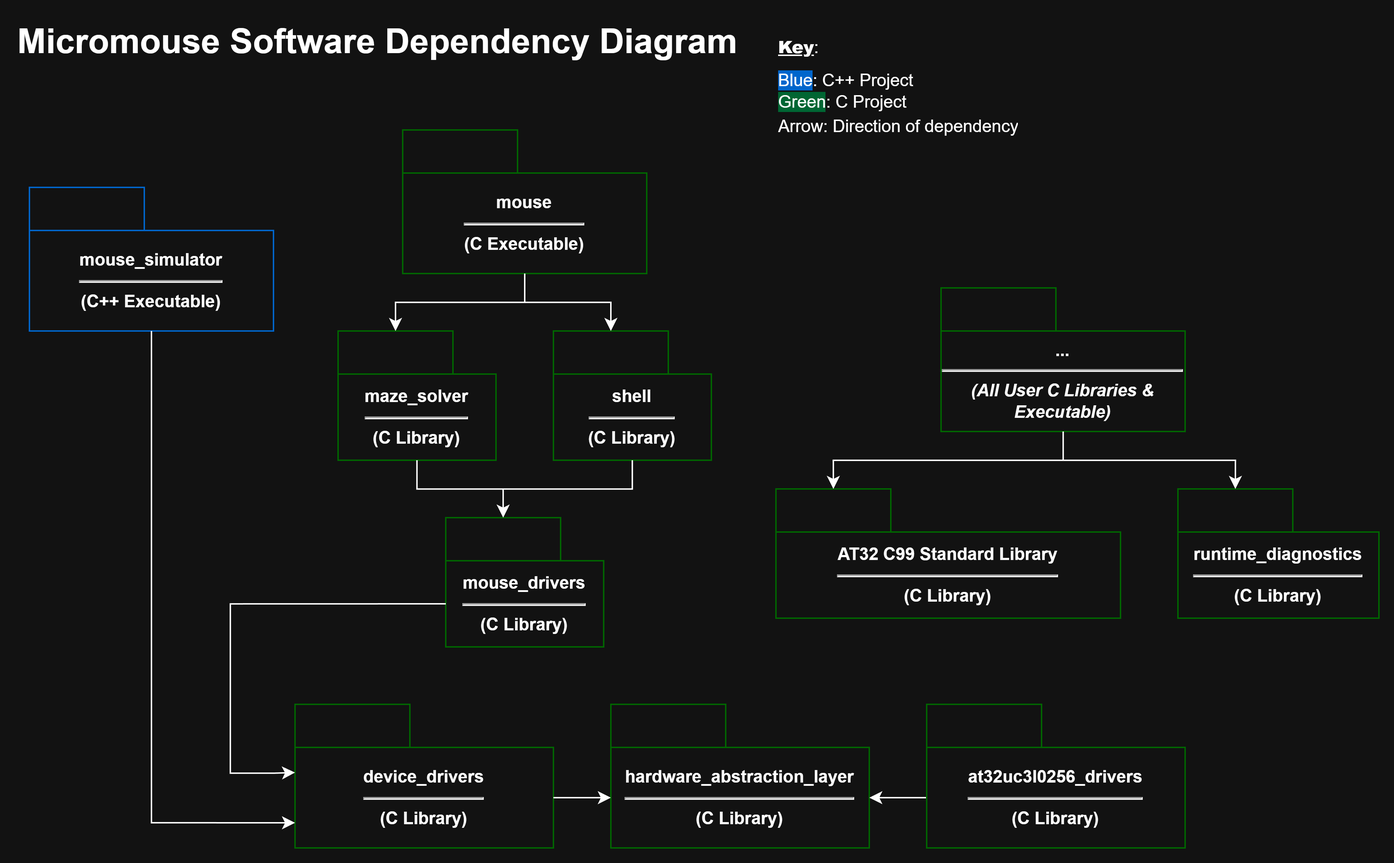
Mouse-Unit-07/sketches keeps this draw.io diagram as software-architecture/_images/software-architecture.drawio.png. Above is the earlier version. Source tidied: cells renumbered, new cells last; positions are measured from the earlier drawing's top-left corner, leaving out a move shared by most shapes.
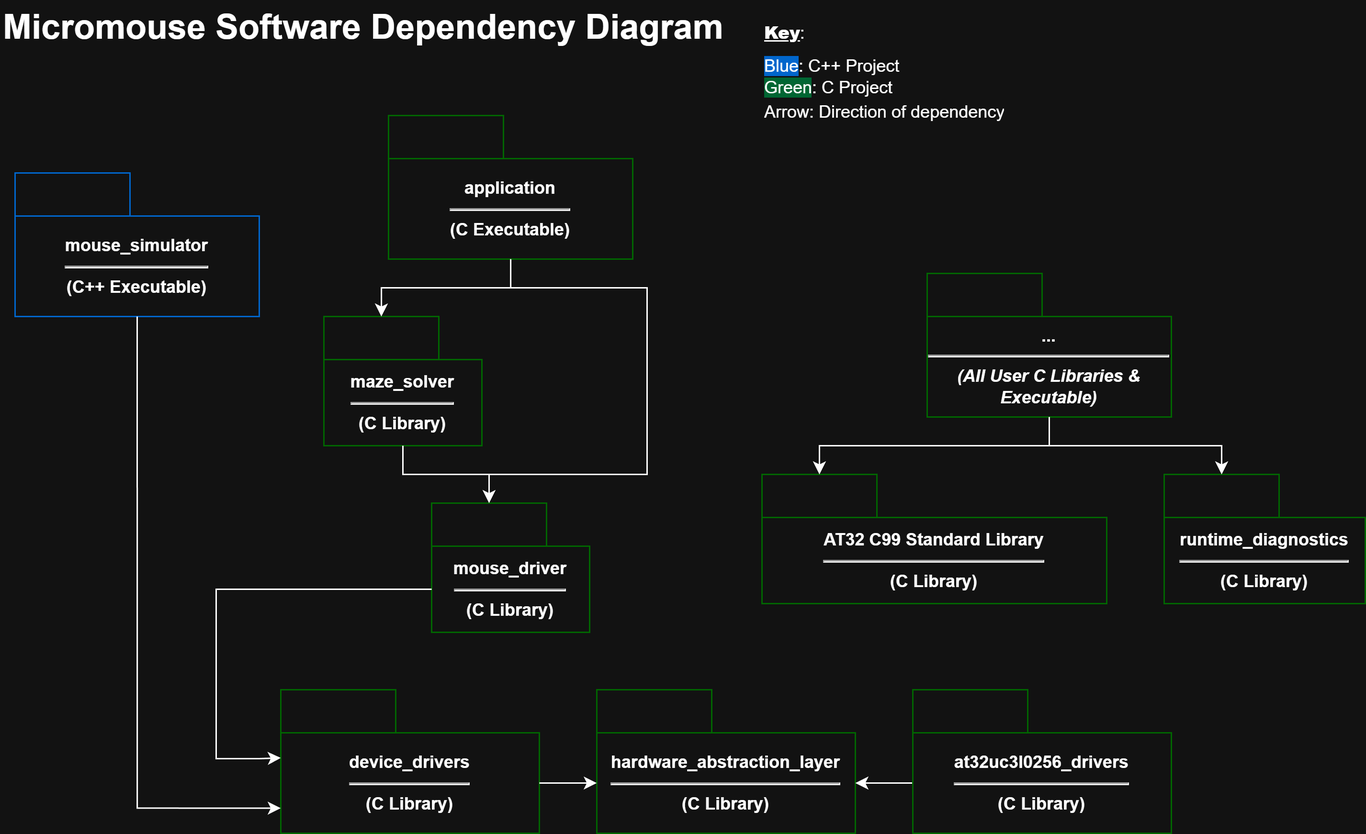
Later version of the same file.

What changed in the source:
```diff
@@ -8,16 +8,13 @@
     <mxCell id="3" value="&lt;div&gt;hardware_abstraction_layer&lt;/div&gt;&lt;div&gt;&lt;hr&gt;&lt;/div&gt;&lt;div&gt;(C Library)&lt;/div&gt;" style="shape=folder;fontStyle=1;tabWidth=80;tabHeight=30;tabPosition=left;html=1;boundedLbl=1;whiteSpace=wrap;strokeColor=#006600;" parent="1" vertex="1">
       <mxGeometry x="415" y="480" width="180" height="100" as="geometry" />
     </mxCell>
-    <mxCell id="4" value="&lt;div&gt;mouse_drivers&lt;/div&gt;&lt;div&gt;&lt;hr&gt;&lt;/div&gt;&lt;div&gt;(C Library)&lt;/div&gt;" style="shape=folder;fontStyle=1;tabWidth=80;tabHeight=30;tabPosition=left;html=1;boundedLbl=1;whiteSpace=wrap;strokeColor=#006600;" parent="1" vertex="1">
+    <mxCell id="4" value="&lt;div&gt;mouse_driver&lt;/div&gt;&lt;div&gt;&lt;hr&gt;&lt;/div&gt;&lt;div&gt;(C Library)&lt;/div&gt;" style="shape=folder;fontStyle=1;tabWidth=80;tabHeight=30;tabPosition=left;html=1;boundedLbl=1;whiteSpace=wrap;strokeColor=#006600;" parent="1" vertex="1">
       <mxGeometry x="300" y="350" width="110" height="90" as="geometry" />
     </mxCell>
     <mxCell id="5" value="&lt;div&gt;maze_solver&lt;/div&gt;&lt;div&gt;&lt;hr&gt;&lt;/div&gt;&lt;div&gt;(C Library)&lt;/div&gt;" style="shape=folder;fontStyle=1;tabWidth=80;tabHeight=30;tabPosition=left;html=1;boundedLbl=1;whiteSpace=wrap;strokeColor=#006600;" parent="1" vertex="1">
       <mxGeometry x="225" y="220" width="110" height="90" as="geometry" />
     </mxCell>
-    <mxCell id="6" value="&lt;div&gt;shell&lt;/div&gt;&lt;div&gt;&lt;hr&gt;&lt;/div&gt;&lt;div&gt;(C Library)&lt;/div&gt;" style="shape=folder;fontStyle=1;tabWidth=80;tabHeight=30;tabPosition=left;html=1;boundedLbl=1;whiteSpace=wrap;strokeColor=#006600;" parent="1" vertex="1">
-      <mxGeometry x="375" y="220" width="110" height="90" as="geometry" />
-    </mxCell>
-    <mxCell id="7" value="&lt;div&gt;mouse&lt;/div&gt;&lt;div&gt;&lt;hr&gt;&lt;/div&gt;&lt;div&gt;(C Executable)&lt;/div&gt;" style="shape=folder;fontStyle=1;tabWidth=80;tabHeight=30;tabPosition=left;html=1;boundedLbl=1;whiteSpace=wrap;strokeColor=#006600;" parent="1" vertex="1">
+    <mxCell id="7" value="&lt;div&gt;application&lt;/div&gt;&lt;div&gt;&lt;hr&gt;&lt;/div&gt;&lt;div&gt;(C Executable)&lt;/div&gt;" style="shape=folder;fontStyle=1;tabWidth=80;tabHeight=30;tabPosition=left;html=1;boundedLbl=1;whiteSpace=wrap;strokeColor=#006600;" parent="1" vertex="1">
       <mxGeometry x="270" y="80" width="170" height="100" as="geometry" />
     </mxCell>
     <mxCell id="8" style="edgeStyle=orthogonalEdgeStyle;rounded=0;jettySize=auto;html=1;entryX=0;entryY=0;entryDx=180;entryDy=65;entryPerimeter=0;exitX=0;exitY=0;exitDx=0;exitDy=65;exitPerimeter=0;" parent="1" edge="1" source="9" target="3">
@@ -41,14 +38,19 @@
     <mxCell id="12" style="edgeStyle=orthogonalEdgeStyle;rounded=0;jettySize=auto;html=1;entryX=0;entryY=0;entryDx=40;entryDy=0;entryPerimeter=0;" parent="1" edge="1" source="5" target="4">
       <mxGeometry relative="1" as="geometry" />
     </mxCell>
-    <mxCell id="13" style="edgeStyle=orthogonalEdgeStyle;rounded=0;jettySize=auto;html=1;entryX=0;entryY=0;entryDx=40;entryDy=0;entryPerimeter=0;" parent="1" edge="1" source="6" target="4">
-      <mxGeometry relative="1" as="geometry" />
-    </mxCell>
     <mxCell id="14" style="edgeStyle=orthogonalEdgeStyle;rounded=0;jettySize=auto;html=1;entryX=0;entryY=0;entryDx=40;entryDy=0;entryPerimeter=0;" parent="1" edge="1" source="7" target="5">
       <mxGeometry relative="1" as="geometry" />
     </mxCell>
-    <mxCell id="15" style="edgeStyle=orthogonalEdgeStyle;rounded=0;jettySize=auto;html=1;entryX=0;entryY=0;entryDx=40;entryDy=0;entryPerimeter=0;" parent="1" edge="1" source="7" target="6">
-      <mxGeometry relative="1" as="geometry" />
+    <mxCell id="15" style="edgeStyle=orthogonalEdgeStyle;rounded=0;jettySize=auto;html=1;" parent="1" edge="1" source="7">
+      <mxGeometry relative="1" as="geometry">
+        <mxPoint x="340" y="350" as="targetPoint" />
+        <Array as="points">
+          <mxPoint x="355" y="200" />
+          <mxPoint x="450" y="200" />
+          <mxPoint x="450" y="330" />
+          <mxPoint x="340" y="330" />
+        </Array>
+      </mxGeometry>
     </mxCell>
     <mxCell id="16" value="&lt;div&gt;AT32 C99&amp;nbsp;&lt;span style=&quot;color: light-dark(rgb(0, 0, 0), rgb(255, 255, 255)); background-color: transparent;&quot;&gt;Standard Library&lt;/span&gt;&lt;/div&gt;&lt;div&gt;&lt;hr&gt;&lt;/div&gt;&lt;div&gt;(C Library)&lt;/div&gt;" style="shape=folder;fontStyle=1;tabWidth=80;tabHeight=30;tabPosition=left;html=1;boundedLbl=1;whiteSpace=wrap;strokeColor=#006600;" parent="1" vertex="1">
       <mxGeometry x="530" y="330" width="240" height="90" as="geometry" />
```
